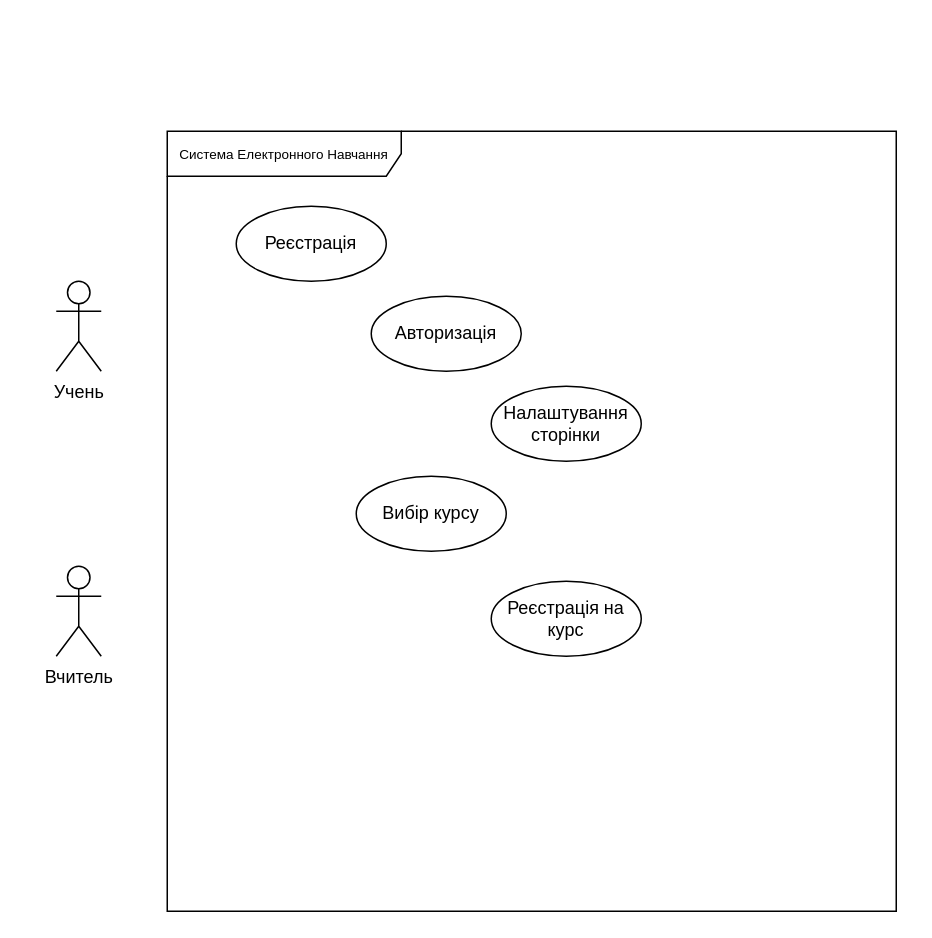
The draw.io diagram page "Діаграми прецедентів" (10 of 10) of Study-system.drawio in SlayVic/Charts, before the edit. Source tidied: cells renumbered, new cells numbered last; positions are measured from the earlier drawing's top-left corner, leaving out a move shared by most shapes. Both pictures are drawn from the tidied source at 150%, with x=0, y=0 at pixel (40, 130).
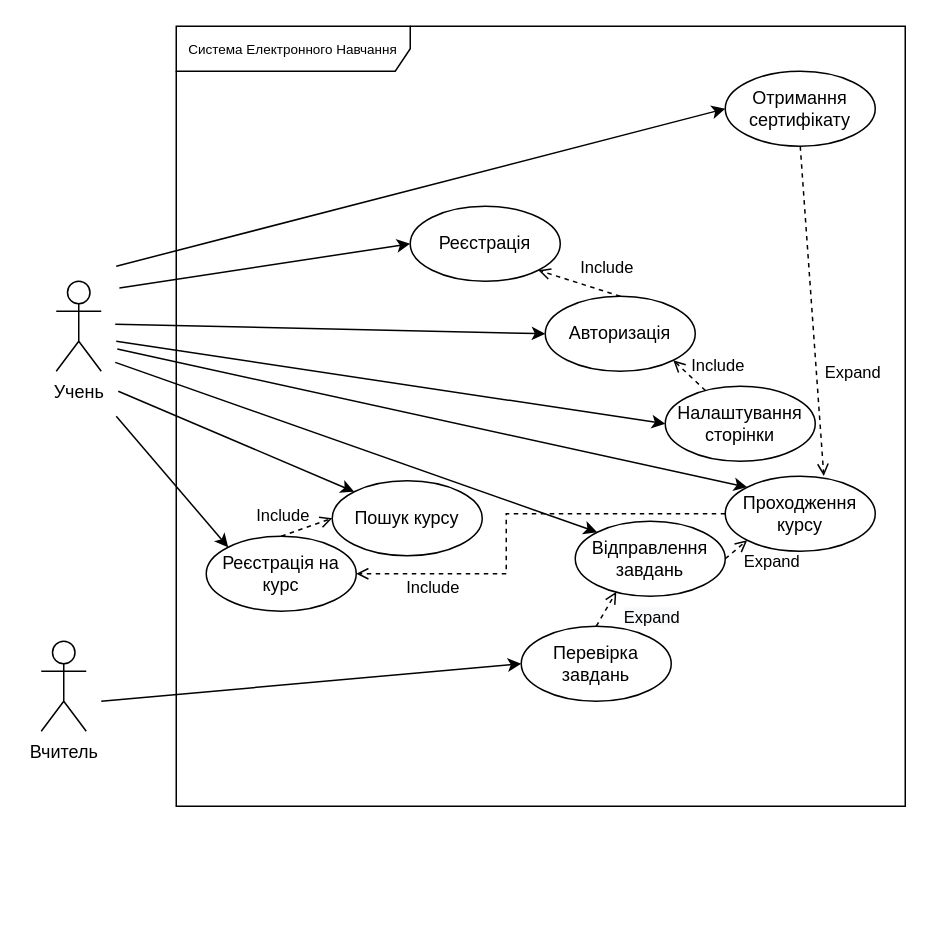
After the change.

Unchanged cells that the change refers to:
```xml
<mxCell id="3" style="rounded=0;whiteSpace=wrap;html=1;strokeColor=none;fillColor=none;" parent="2" vertex="1">
  <mxGeometry width="50" height="100" as="geometry" />
</mxCell>
<mxCell id="6" style="rounded=0;whiteSpace=wrap;html=1;strokeColor=none;fillColor=none;" parent="5" vertex="1">
  <mxGeometry width="50" height="100" as="geometry" />
</mxCell>
```

The edit, as a diff of the source:
```diff
@@
     <mxCell id="5" style="group;strokeColor=none;fillColor=none;" parent="1" vertex="1">
-      <mxGeometry y="280" width="50" height="100" as="geometry" />
+      <mxGeometry x="-10" y="330" width="50" height="100" as="geometry" />
     </mxCell>
@@
     <mxCell id="8" value="&lt;span style=&quot;font-size: 9px;&quot;&gt;Система Електронного&amp;nbsp;&lt;/span&gt;&lt;span style=&quot;font-size: 9px;&quot;&gt;Навчання&lt;/span&gt;" style="shape=umlFrame;whiteSpace=wrap;html=1;width=156;height=30;" parent="1" vertex="1">
-      <mxGeometry x="84" width="486" height="520" as="geometry" />
+      <mxGeometry x="90" y="-70" width="486" height="520" as="geometry" />
     </mxCell>
     <mxCell id="9" value="Реєстрація" style="ellipse;whiteSpace=wrap;html=1;strokeColor=default;fillColor=none;" parent="1" vertex="1">
-      <mxGeometry x="130" y="50" width="100" height="50" as="geometry" />
+      <mxGeometry x="246" y="50" width="100" height="50" as="geometry" />
     </mxCell>
+    <mxCell id="14" style="edgeStyle=none;rounded=0;jettySize=auto;html=1;exitX=0.5;exitY=0;exitDx=0;exitDy=0;entryX=1;entryY=1;entryDx=0;entryDy=0;dashed=1;endArrow=open;endFill=0;" parent="1" edge="1" source="10" target="9">
+      <mxGeometry relative="1" as="geometry" />
+    </mxCell>
+    <mxCell id="15" value="Include" style="edgeLabel;html=1;align=center;verticalAlign=middle;labelBackgroundColor=none;" parent="14" vertex="1">
+      <mxGeometry x="0.27" relative="1" as="geometry">
+        <mxPoint x="25" y="-9" as="offset" />
+      </mxGeometry>
+    </mxCell>
     <mxCell id="10" value="Авторизація" style="ellipse;whiteSpace=wrap;html=1;strokeColor=default;fillColor=none;" parent="1" vertex="1">
-      <mxGeometry x="220" y="110" width="100" height="50" as="geometry" />
+      <mxGeometry x="336" y="110" width="100" height="50" as="geometry" />
     </mxCell>
+    <mxCell id="16" style="edgeStyle=none;rounded=0;jettySize=auto;html=1;entryX=1;entryY=1;entryDx=0;entryDy=0;dashed=1;endArrow=open;endFill=0;" parent="1" edge="1" source="11" target="10">
+      <mxGeometry relative="1" as="geometry" />
+    </mxCell>
+    <mxCell id="17" value="&lt;span style=&quot;&quot;&gt;Include&lt;/span&gt;" style="edgeLabel;html=1;align=center;verticalAlign=middle;labelBackgroundColor=none;" parent="16" vertex="1">
+      <mxGeometry x="0.37" y="-1" relative="1" as="geometry">
+        <mxPoint x="22" y="-3" as="offset" />
+      </mxGeometry>
+    </mxCell>
     <mxCell id="11" value="Налаштування сторінки" style="ellipse;whiteSpace=wrap;html=1;strokeColor=default;fillColor=none;" parent="1" vertex="1">
-      <mxGeometry x="300" y="170" width="100" height="50" as="geometry" />
+      <mxGeometry x="416" y="170" width="100" height="50" as="geometry" />
     </mxCell>
-    <mxCell id="12" value="Вибір курсу" style="ellipse;whiteSpace=wrap;html=1;strokeColor=default;fillColor=none;" parent="1" vertex="1">
-      <mxGeometry x="210" y="230" width="100" height="50" as="geometry" />
+    <mxCell id="12" value="Пошук курсу" style="ellipse;whiteSpace=wrap;html=1;strokeColor=default;fillColor=none;" parent="1" vertex="1">
+      <mxGeometry x="194" y="233" width="100" height="50" as="geometry" />
     </mxCell>
+    <mxCell id="18" style="edgeStyle=none;rounded=0;jettySize=auto;html=1;exitX=0.5;exitY=0;exitDx=0;exitDy=0;dashed=1;endArrow=open;endFill=0;entryX=0;entryY=0.5;entryDx=0;entryDy=0;" parent="1" edge="1" source="13" target="12">
+      <mxGeometry relative="1" as="geometry" />
+    </mxCell>
+    <mxCell id="19" value="&lt;span style=&quot;&quot;&gt;Include&lt;/span&gt;" style="edgeLabel;html=1;align=center;verticalAlign=middle;labelBackgroundColor=none;" parent="18" vertex="1">
+      <mxGeometry x="-0.55" y="1" relative="1" as="geometry">
+        <mxPoint x="-7" y="-11" as="offset" />
+      </mxGeometry>
+    </mxCell>
     <mxCell id="13" value="Реєстрація на курс" style="ellipse;whiteSpace=wrap;html=1;strokeColor=default;fillColor=none;" parent="1" vertex="1">
-      <mxGeometry x="300" y="300" width="100" height="50" as="geometry" />
+      <mxGeometry x="110" y="270" width="100" height="50" as="geometry" />
     </mxCell>
+    <mxCell id="20" style="rounded=0;jettySize=auto;html=1;exitX=1.042;exitY=0.145;exitDx=0;exitDy=0;entryX=0;entryY=0.5;entryDx=0;entryDy=0;exitPerimeter=0;" parent="1" edge="1" source="3" target="9">
+      <mxGeometry relative="1" as="geometry" />
+    </mxCell>
+    <mxCell id="21" style="edgeStyle=none;rounded=0;jettySize=auto;html=1;exitX=0.987;exitY=0.386;exitDx=0;exitDy=0;entryX=0;entryY=0.5;entryDx=0;entryDy=0;exitPerimeter=0;" parent="1" edge="1" source="3" target="10">
+      <mxGeometry relative="1" as="geometry" />
+    </mxCell>
+    <mxCell id="22" style="edgeStyle=none;rounded=0;jettySize=auto;html=1;exitX=1;exitY=0.5;exitDx=0;exitDy=0;entryX=0;entryY=0.5;entryDx=0;entryDy=0;" parent="1" edge="1" source="3" target="11">
+      <mxGeometry relative="1" as="geometry" />
+    </mxCell>
+    <mxCell id="23" style="edgeStyle=none;rounded=0;jettySize=auto;html=1;entryX=0;entryY=0;entryDx=0;entryDy=0;exitX=1.027;exitY=0.833;exitDx=0;exitDy=0;exitPerimeter=0;" parent="1" edge="1" source="3" target="12">
+      <mxGeometry relative="1" as="geometry" />
+    </mxCell>
+    <mxCell id="24" style="edgeStyle=none;rounded=0;jettySize=auto;html=1;exitX=1;exitY=1;exitDx=0;exitDy=0;entryX=0;entryY=0;entryDx=0;entryDy=0;" parent="1" edge="1" source="3" target="13">
+      <mxGeometry relative="1" as="geometry" />
+    </mxCell>
+    <mxCell id="25" style="edgeStyle=none;shape=connector;rounded=0;jettySize=auto;html=1;exitX=1;exitY=0.5;exitDx=0;exitDy=0;entryX=0;entryY=1;entryDx=0;entryDy=0;dashed=1;labelBackgroundColor=default;fontFamily=Helvetica;fontSize=11;fontColor=default;endArrow=open;endFill=0;strokeColor=default;" parent="1" edge="1" source="32" target="27">
+      <mxGeometry relative="1" as="geometry" />
+    </mxCell>
+    <mxCell id="26" value="Expand" style="edgeLabel;html=1;align=center;verticalAlign=middle;fontSize=11;fontFamily=Helvetica;fontColor=default;" parent="25" vertex="1">
+      <mxGeometry x="0.34" y="-1" relative="1" as="geometry">
+        <mxPoint x="20" y="9" as="offset" />
+      </mxGeometry>
+    </mxCell>
+    <mxCell id="27" value="Проходження курсу" style="ellipse;whiteSpace=wrap;html=1;strokeColor=default;fillColor=none;" parent="1" vertex="1">
+      <mxGeometry x="456" y="230" width="100" height="50" as="geometry" />
+    </mxCell>
+    <mxCell id="28" style="edgeStyle=none;shape=connector;rounded=0;jettySize=auto;html=1;exitX=1.014;exitY=0.552;exitDx=0;exitDy=0;entryX=0;entryY=0;entryDx=0;entryDy=0;labelBackgroundColor=default;fontFamily=Helvetica;fontSize=11;fontColor=default;endArrow=classic;strokeColor=default;exitPerimeter=0;" parent="1" edge="1" source="3" target="27">
+      <mxGeometry relative="1" as="geometry" />
+    </mxCell>
+    <mxCell id="29" value="Перевірка завдань" style="ellipse;whiteSpace=wrap;html=1;strokeColor=default;fillColor=none;" parent="1" vertex="1">
+      <mxGeometry x="320" y="330" width="100" height="50" as="geometry" />
+    </mxCell>
+    <mxCell id="30" style="edgeStyle=none;shape=connector;rounded=0;jettySize=auto;html=1;exitX=0.5;exitY=0;exitDx=0;exitDy=0;entryX=0.274;entryY=0.94;entryDx=0;entryDy=0;dashed=1;labelBackgroundColor=default;fontFamily=Helvetica;fontSize=11;fontColor=default;endArrow=open;endFill=0;strokeColor=default;entryPerimeter=0;" parent="1" edge="1" source="29" target="32">
+      <mxGeometry relative="1" as="geometry" />
+    </mxCell>
+    <mxCell id="31" value="&lt;span style=&quot;background-color: rgb(248, 249, 250);&quot;&gt;Expand&lt;/span&gt;" style="edgeLabel;html=1;align=center;verticalAlign=middle;fontSize=11;fontFamily=Helvetica;fontColor=default;" parent="30" vertex="1">
+      <mxGeometry x="0.23" y="1" relative="1" as="geometry">
+        <mxPoint x="29" y="8" as="offset" />
+      </mxGeometry>
+    </mxCell>
+    <mxCell id="32" value="Відправлення завдань" style="ellipse;whiteSpace=wrap;html=1;strokeColor=default;fillColor=none;" parent="1" vertex="1">
+      <mxGeometry x="356" y="260" width="100" height="50" as="geometry" />
+    </mxCell>
+    <mxCell id="33" style="edgeStyle=none;shape=connector;rounded=0;jettySize=auto;html=1;exitX=0.987;exitY=0.641;exitDx=0;exitDy=0;entryX=0;entryY=0;entryDx=0;entryDy=0;labelBackgroundColor=default;fontFamily=Helvetica;fontSize=11;fontColor=default;endArrow=classic;strokeColor=default;exitPerimeter=0;" parent="1" edge="1" source="3" target="32">
+      <mxGeometry relative="1" as="geometry" />
+    </mxCell>
+    <mxCell id="34" style="edgeStyle=none;shape=connector;rounded=0;jettySize=auto;html=1;exitX=1;exitY=0.5;exitDx=0;exitDy=0;entryX=0;entryY=0.5;entryDx=0;entryDy=0;labelBackgroundColor=default;fontFamily=Helvetica;fontSize=11;fontColor=default;endArrow=classic;strokeColor=default;" parent="1" edge="1" source="6" target="29">
+      <mxGeometry relative="1" as="geometry" />
+    </mxCell>
+    <mxCell id="35" style="edgeStyle=orthogonalEdgeStyle;rounded=0;jettySize=auto;html=1;exitX=0;exitY=0.5;exitDx=0;exitDy=0;dashed=1;endArrow=open;endFill=0;entryX=1;entryY=0.5;entryDx=0;entryDy=0;" parent="1" edge="1" source="27" target="13">
+      <mxGeometry relative="1" as="geometry">
+        <Array as="points">
+          <mxPoint x="310" y="255" />
+          <mxPoint x="310" y="295" />
+        </Array>
+      </mxGeometry>
+    </mxCell>
+    <mxCell id="36" value="&lt;span style=&quot;&quot;&gt;Include&lt;/span&gt;" style="edgeLabel;html=1;align=center;verticalAlign=middle;labelBackgroundColor=none;" parent="35" vertex="1">
+      <mxGeometry x="-0.55" y="1" relative="1" as="geometry">
+        <mxPoint x="-132" y="47" as="offset" />
+      </mxGeometry>
+    </mxCell>
+    <mxCell id="37" value="Отримання сертифікату" style="ellipse;whiteSpace=wrap;html=1;strokeColor=default;fillColor=none;" parent="1" vertex="1">
+      <mxGeometry x="456" y="-40" width="100" height="50" as="geometry" />
+    </mxCell>
+    <mxCell id="38" style="edgeStyle=none;shape=connector;rounded=0;jettySize=auto;html=1;exitX=0.5;exitY=1;exitDx=0;exitDy=0;entryX=0.657;entryY=-0.003;entryDx=0;entryDy=0;dashed=1;labelBackgroundColor=default;fontFamily=Helvetica;fontSize=11;fontColor=default;endArrow=open;endFill=0;strokeColor=default;entryPerimeter=0;" parent="1" edge="1" source="37" target="27">
+      <mxGeometry relative="1" as="geometry" />
+    </mxCell>
+    <mxCell id="39" value="Expand" style="edgeLabel;html=1;align=center;verticalAlign=middle;fontSize=11;fontFamily=Helvetica;fontColor=default;" parent="38" vertex="1">
+      <mxGeometry x="0.34" y="-1" relative="1" as="geometry">
+        <mxPoint x="25" y="3" as="offset" />
+      </mxGeometry>
+    </mxCell>
+    <mxCell id="40" style="edgeStyle=none;shape=connector;rounded=0;jettySize=auto;html=1;exitX=1;exitY=0;exitDx=0;exitDy=0;entryX=0;entryY=0.5;entryDx=0;entryDy=0;labelBackgroundColor=default;fontFamily=Helvetica;fontSize=11;fontColor=default;endArrow=classic;strokeColor=default;" parent="1" edge="1" source="3" target="37">
+      <mxGeometry relative="1" as="geometry" />
+    </mxCell>
```
